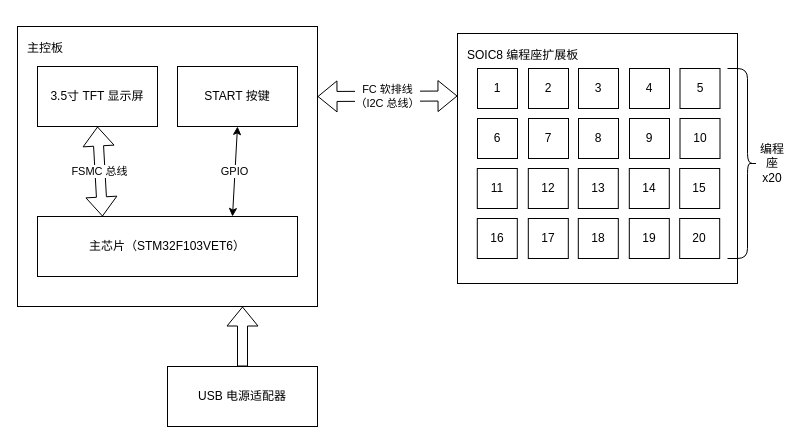
Before: EEPROM_批量编程装置/EEPROM_批量编程装置 的副本.drawio in SummerFalls/DrawIO, a draw.io diagram. Source tidied: cells renumbered, new cells numbered last; positions are measured from the earlier drawing's top-left corner, leaving out a move shared by most shapes. Both pictures are drawn from the tidied source at 100%, with x=0, y=0 at pixel (17, 26).
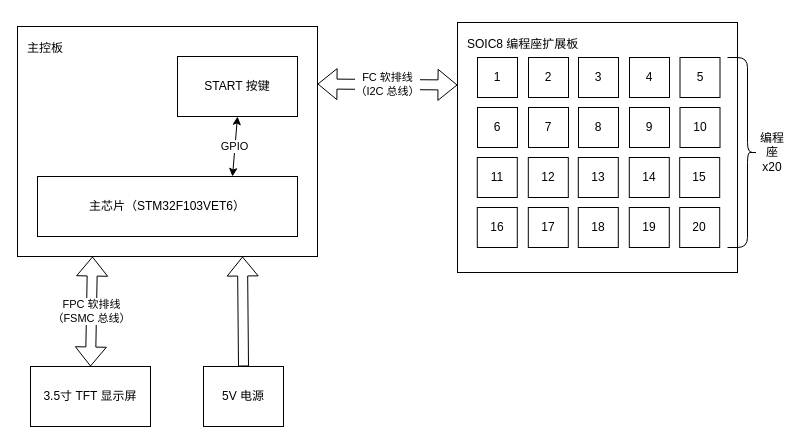
After the change.

Commit message (it also covers changes not shown here):
更新EEPROM_批量编程装置 的副本.drawio

Change to the diagram source:
```diff
@@
     <mxCell id="2" value="&lt;span&gt;主控板&lt;/span&gt;" style="rounded=0;whiteSpace=wrap;html=1;align=left;verticalAlign=top;spacing=10;" parent="1" vertex="1">
-      <mxGeometry width="300" height="280" as="geometry" />
+      <mxGeometry width="300" height="230" as="geometry" />
     </mxCell>
     <mxCell id="3" value="&lt;span&gt;3.5寸 TFT 显示屏&lt;/span&gt;" style="rounded=0;whiteSpace=wrap;html=1;verticalAlign=middle;" parent="1" vertex="1">
-      <mxGeometry x="20" y="40" width="120" height="60" as="geometry" />
+      <mxGeometry x="13" y="340" width="120" height="60" as="geometry" />
     </mxCell>
     <mxCell id="4" value="主芯片（STM32F103VET6）" style="rounded=0;whiteSpace=wrap;html=1;align=center;verticalAlign=middle;spacing=10;" parent="1" vertex="1">
-      <mxGeometry x="20" y="190" width="260" height="60" as="geometry" />
+      <mxGeometry x="20" y="150" width="260" height="60" as="geometry" />
     </mxCell>
@@
-    <mxCell id="6" value="FSMC 总线" style="shape=flexArrow;endArrow=classic;startArrow=classic;html=1;entryX=0.25;entryY=0;entryDx=0;entryDy=0;exitX=0.5;exitY=1;exitDx=0;exitDy=0;" parent="1" edge="1" source="3" target="4">
+    <mxCell id="6" value="FPC 软排线&lt;br&gt;（FSMC 总线）" style="shape=flexArrow;endArrow=classic;startArrow=classic;html=1;entryX=0.25;entryY=1;entryDx=0;entryDy=0;exitX=0.5;exitY=0;exitDx=0;exitDy=0;" parent="1" edge="1" source="3" target="2">
       <mxGeometry relative="1" as="geometry" />
     </mxCell>
     <mxCell id="7" style="group;" parent="1" vertex="1">
-      <mxGeometry x="440" y="2" width="300" height="250" as="geometry" />
+      <mxGeometry x="440" y="-9" width="300" height="250" as="geometry" />
     </mxCell>
@@
-    <mxCell id="30" value="USB 电源适配器" style="rounded=0;whiteSpace=wrap;html=1;labelBackgroundColor=#ffffff;align=center;verticalAlign=middle;" parent="1" vertex="1">
-      <mxGeometry x="150" y="340" width="150" height="60" as="geometry" />
+    <mxCell id="30" value="5V 电源" style="rounded=0;whiteSpace=wrap;html=1;labelBackgroundColor=#ffffff;align=center;verticalAlign=middle;" parent="1" vertex="1">
+      <mxGeometry x="186" y="340" width="80" height="60" as="geometry" />
     </mxCell>
@@
     <mxCell id="32" value="START 按键" style="rounded=0;whiteSpace=wrap;html=1;labelBackgroundColor=#ffffff;align=center;verticalAlign=middle;" parent="1" vertex="1">
-      <mxGeometry x="160" y="40" width="120" height="60" as="geometry" />
+      <mxGeometry x="160" y="30" width="120" height="60" as="geometry" />
     </mxCell>
```
